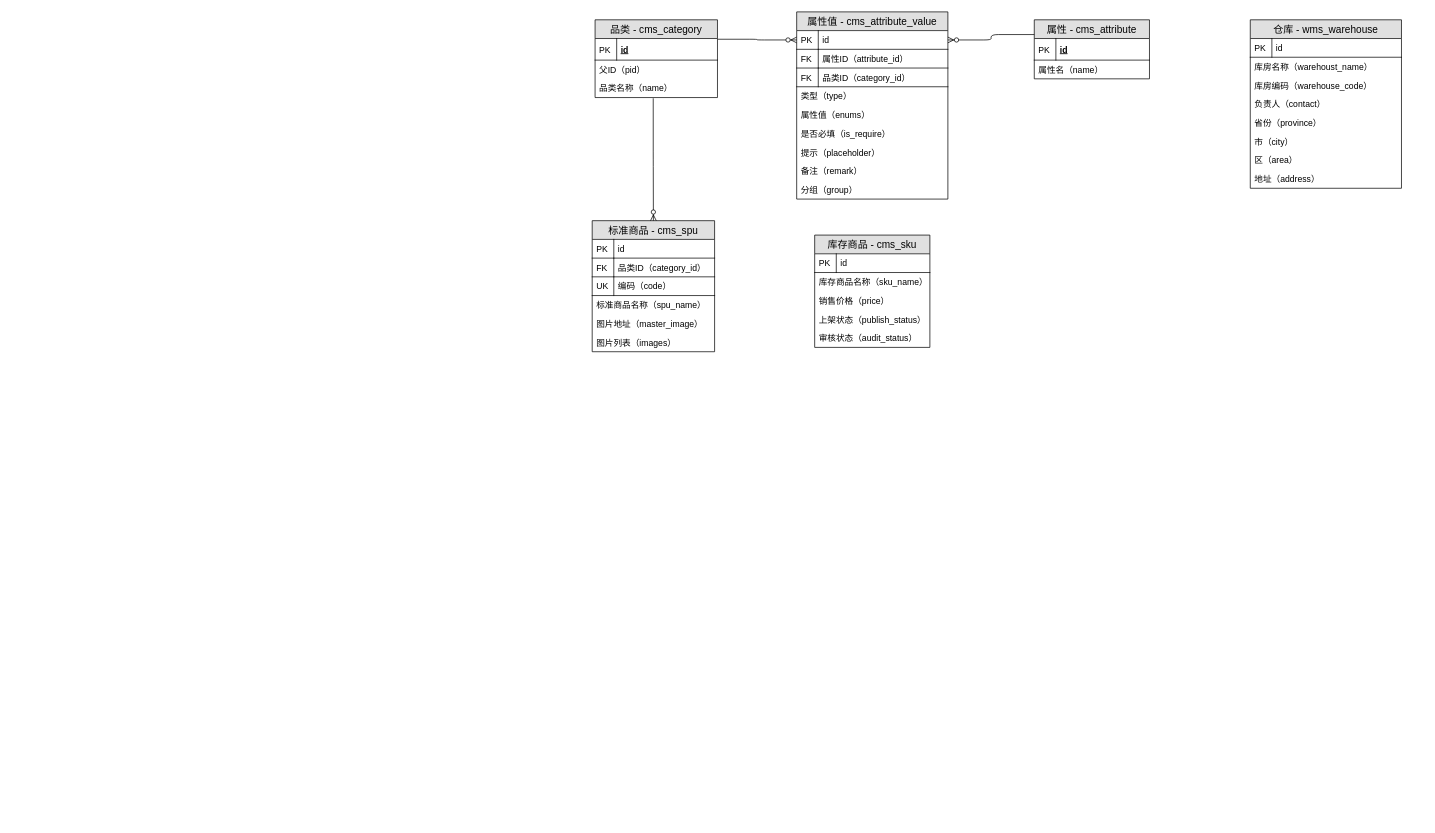
jason-live/flow keeps this draw.io diagram as page "第 1 页" (1 of 2) of 技术架构.drawio. Above is the earlier version. Source tidied: cells renumbered, new cells numbered last; positions are measured from the earlier drawing's top-left corner, leaving out a move shared by most shapes. Both pictures are drawn from the tidied source at 72%, with x=0, y=0 at pixel (592, 12).
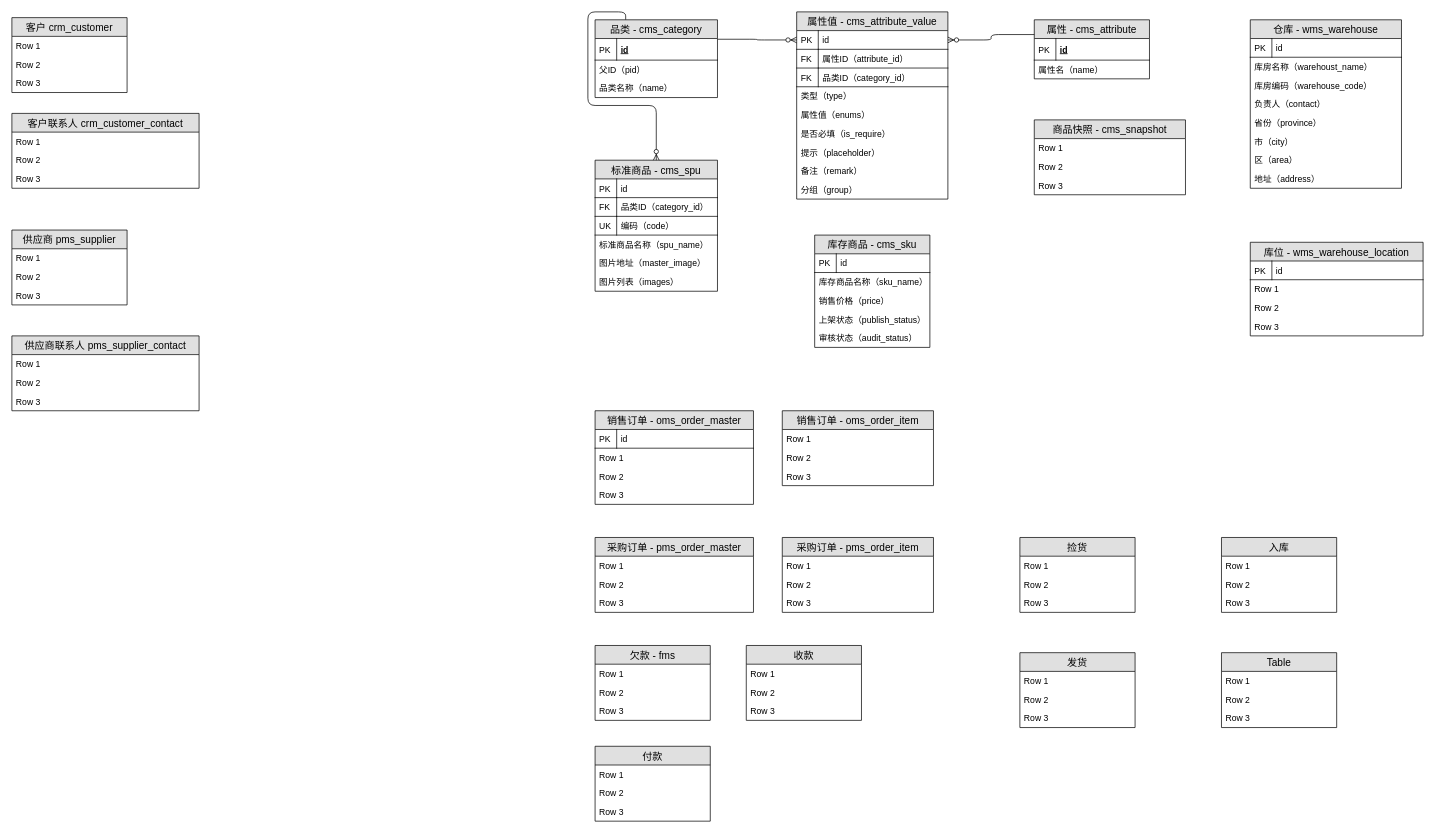
The same page after the edit.

Commit message:
更新技术架构.drawio

The change refers to these unchanged cells:
```xml
<mxCell id="32" value="品类 - cms_category" style="swimlane;fontStyle=0;horizontal=1;startSize=26;fillColor=#e0e0e0;swimlaneFillColor=#ffffff;align=center;fontSize=14;" parent="1" vertex="1">
  <mxGeometry x="4" y="11" width="170" height="108" as="geometry" />
</mxCell>
<mxCell id="36" value="品类名称（name）" style="text;strokeColor=none;fillColor=none;spacingLeft=4;spacingRight=4;overflow=hidden;points=[[0,0.5],[1,0.5]];portConstraint=eastwest;fontSize=12;" parent="32" vertex="1">
  <mxGeometry y="82" width="170" height="26" as="geometry" />
</mxCell>
```

Diff of the diagram source:
```diff
@@
     <mxCell id="21" value="标准商品 - cms_spu" style="swimlane;fontStyle=0;horizontal=1;startSize=26;fillColor=#e0e0e0;swimlaneFillColor=#ffffff;align=center;fontSize=14;" parent="1" vertex="1">
-      <mxGeometry y="290" width="170" height="182" as="geometry" />
+      <mxGeometry x="4" y="206" width="170" height="182" as="geometry" />
     </mxCell>
@@
-    <mxCell id="31" style="fontSize=12;html=1;endArrow=ERzeroToMany;endFill=1;entryX=0.5;entryY=0;entryDx=0;entryDy=0;exitX=0.475;exitY=1.038;exitDx=0;exitDy=0;exitPerimeter=0;edgeStyle=orthogonalEdgeStyle;" parent="1" edge="1" source="36" target="21">
-      <mxGeometry relative="1" as="geometry" />
+    <mxCell id="31" style="fontSize=12;html=1;endArrow=ERzeroToMany;endFill=1;entryX=0.5;entryY=0;entryDx=0;entryDy=0;exitX=0.25;exitY=0;exitDx=0;exitDy=0;edgeStyle=orthogonalEdgeStyle;" parent="1" edge="1" source="32" target="21">
+      <mxGeometry relative="1" as="geometry">
+        <Array as="points">
+          <mxPoint x="47" />
+          <mxPoint x="-6" />
+          <mxPoint x="-6" y="130" />
+          <mxPoint x="89" y="130" />
+        </Array>
+      </mxGeometry>
     </mxCell>
@@
+    <mxCell id="54" value="库位 - wms_warehouse_location" style="swimlane;fontStyle=0;horizontal=1;startSize=26;fillColor=#e0e0e0;swimlaneFillColor=#ffffff;align=center;fontSize=14;" parent="1" vertex="1">
+      <mxGeometry x="914" y="320" width="240" height="130" as="geometry" />
+    </mxCell>
+    <mxCell id="55" value="id" style="shape=partialRectangle;top=0;left=0;right=0;bottom=1;align=left;verticalAlign=top;fillColor=none;spacingLeft=34;spacingRight=4;overflow=hidden;fontSize=12;" parent="54" vertex="1">
+      <mxGeometry y="26" width="240" height="26" as="geometry" />
+    </mxCell>
+    <mxCell id="56" value="PK" style="shape=partialRectangle;top=0;left=0;bottom=0;fillColor=none;align=left;verticalAlign=top;spacingLeft=4;spacingRight=4;overflow=hidden;fontSize=12;" parent="55" vertex="1">
+      <mxGeometry width="30" height="26" as="geometry" />
+    </mxCell>
+    <mxCell id="57" value="Row 1" style="text;strokeColor=none;fillColor=none;spacingLeft=4;spacingRight=4;overflow=hidden;fontSize=12;" parent="54" vertex="1">
+      <mxGeometry y="52" width="240" height="26" as="geometry" />
+    </mxCell>
+    <mxCell id="58" value="Row 2" style="text;strokeColor=none;fillColor=none;spacingLeft=4;spacingRight=4;overflow=hidden;fontSize=12;" parent="54" vertex="1">
+      <mxGeometry y="78" width="240" height="26" as="geometry" />
+    </mxCell>
+    <mxCell id="59" value="Row 3" style="text;strokeColor=none;fillColor=none;spacingLeft=4;spacingRight=4;overflow=hidden;fontSize=12;" parent="54" vertex="1">
+      <mxGeometry y="104" width="240" height="26" as="geometry" />
+    </mxCell>
+    <mxCell id="60" value="销售订单 - oms_order_master" style="swimlane;fontStyle=0;horizontal=1;startSize=26;fillColor=#e0e0e0;swimlaneFillColor=#ffffff;align=center;fontSize=14;" parent="1" vertex="1">
+      <mxGeometry x="4" y="554" width="220" height="130" as="geometry" />
+    </mxCell>
+    <mxCell id="61" value="id" style="shape=partialRectangle;top=0;left=0;right=0;bottom=1;align=left;verticalAlign=top;fillColor=none;spacingLeft=34;spacingRight=4;overflow=hidden;fontSize=12;" parent="60" vertex="1">
+      <mxGeometry y="26" width="220" height="26" as="geometry" />
+    </mxCell>
+    <mxCell id="62" value="PK" style="shape=partialRectangle;top=0;left=0;bottom=0;fillColor=none;align=left;verticalAlign=top;spacingLeft=4;spacingRight=4;overflow=hidden;fontSize=12;" parent="61" vertex="1">
+      <mxGeometry width="30" height="26" as="geometry" />
+    </mxCell>
+    <mxCell id="63" value="Row 1" style="text;strokeColor=none;fillColor=none;spacingLeft=4;spacingRight=4;overflow=hidden;fontSize=12;" parent="60" vertex="1">
+      <mxGeometry y="52" width="220" height="26" as="geometry" />
+    </mxCell>
+    <mxCell id="64" value="Row 2" style="text;strokeColor=none;fillColor=none;spacingLeft=4;spacingRight=4;overflow=hidden;fontSize=12;" parent="60" vertex="1">
+      <mxGeometry y="78" width="220" height="26" as="geometry" />
+    </mxCell>
+    <mxCell id="65" value="Row 3" style="text;strokeColor=none;fillColor=none;spacingLeft=4;spacingRight=4;overflow=hidden;fontSize=12;" parent="60" vertex="1">
+      <mxGeometry y="104" width="220" height="26" as="geometry" />
+    </mxCell>
+    <mxCell id="66" value="销售订单 - oms_order_item" style="swimlane;fontStyle=0;horizontal=1;startSize=26;fillColor=#e0e0e0;swimlaneFillColor=#ffffff;align=center;fontSize=14;" parent="1" vertex="1">
+      <mxGeometry x="264" y="554" width="210" height="104" as="geometry" />
+    </mxCell>
+    <mxCell id="67" value="Row 1" style="text;strokeColor=none;fillColor=none;spacingLeft=4;spacingRight=4;overflow=hidden;fontSize=12;" parent="66" vertex="1">
+      <mxGeometry y="26" width="210" height="26" as="geometry" />
+    </mxCell>
+    <mxCell id="68" value="Row 2" style="text;strokeColor=none;fillColor=none;spacingLeft=4;spacingRight=4;overflow=hidden;fontSize=12;" parent="66" vertex="1">
+      <mxGeometry y="52" width="210" height="26" as="geometry" />
+    </mxCell>
+    <mxCell id="69" value="Row 3" style="text;strokeColor=none;fillColor=none;spacingLeft=4;spacingRight=4;overflow=hidden;fontSize=12;" parent="66" vertex="1">
+      <mxGeometry y="78" width="210" height="26" as="geometry" />
+    </mxCell>
+    <mxCell id="70" value="商品快照 - cms_snapshot" style="swimlane;fontStyle=0;horizontal=1;startSize=26;fillColor=#e0e0e0;swimlaneFillColor=#ffffff;align=center;fontSize=14;" parent="1" vertex="1">
+      <mxGeometry x="614" y="150" width="210" height="104" as="geometry" />
+    </mxCell>
+    <mxCell id="71" value="Row 1" style="text;strokeColor=none;fillColor=none;spacingLeft=4;spacingRight=4;overflow=hidden;fontSize=12;" parent="70" vertex="1">
+      <mxGeometry y="26" width="210" height="26" as="geometry" />
+    </mxCell>
+    <mxCell id="72" value="Row 2" style="text;strokeColor=none;fillColor=none;spacingLeft=4;spacingRight=4;overflow=hidden;fontSize=12;" parent="70" vertex="1">
+      <mxGeometry y="52" width="210" height="26" as="geometry" />
+    </mxCell>
+    <mxCell id="73" value="Row 3" style="text;strokeColor=none;fillColor=none;spacingLeft=4;spacingRight=4;overflow=hidden;fontSize=12;" parent="70" vertex="1">
+      <mxGeometry y="78" width="210" height="26" as="geometry" />
+    </mxCell>
+    <mxCell id="74" value="客户 crm_customer" style="swimlane;fontStyle=0;horizontal=1;startSize=26;fillColor=#e0e0e0;swimlaneFillColor=#ffffff;align=center;fontSize=14;" parent="1" vertex="1">
+      <mxGeometry x="-806" y="8" width="160" height="104" as="geometry" />
+    </mxCell>
+    <mxCell id="75" value="Row 1" style="text;strokeColor=none;fillColor=none;spacingLeft=4;spacingRight=4;overflow=hidden;fontSize=12;" parent="74" vertex="1">
+      <mxGeometry y="26" width="160" height="26" as="geometry" />
+    </mxCell>
+    <mxCell id="76" value="Row 2" style="text;strokeColor=none;fillColor=none;spacingLeft=4;spacingRight=4;overflow=hidden;fontSize=12;" parent="74" vertex="1">
+      <mxGeometry y="52" width="160" height="26" as="geometry" />
+    </mxCell>
+    <mxCell id="77" value="Row 3" style="text;strokeColor=none;fillColor=none;spacingLeft=4;spacingRight=4;overflow=hidden;fontSize=12;" parent="74" vertex="1">
+      <mxGeometry y="78" width="160" height="26" as="geometry" />
+    </mxCell>
+    <mxCell id="78" value="客户联系人 crm_customer_contact" style="swimlane;fontStyle=0;horizontal=1;startSize=26;fillColor=#e0e0e0;swimlaneFillColor=#ffffff;align=center;fontSize=14;" parent="1" vertex="1">
+      <mxGeometry x="-806" y="141" width="260" height="104" as="geometry" />
+    </mxCell>
+    <mxCell id="79" value="Row 1" style="text;strokeColor=none;fillColor=none;spacingLeft=4;spacingRight=4;overflow=hidden;fontSize=12;" parent="78" vertex="1">
+      <mxGeometry y="26" width="260" height="26" as="geometry" />
+    </mxCell>
+    <mxCell id="80" value="Row 2" style="text;strokeColor=none;fillColor=none;spacingLeft=4;spacingRight=4;overflow=hidden;fontSize=12;" parent="78" vertex="1">
+      <mxGeometry y="52" width="260" height="26" as="geometry" />
+    </mxCell>
+    <mxCell id="81" value="Row 3" style="text;strokeColor=none;fillColor=none;spacingLeft=4;spacingRight=4;overflow=hidden;fontSize=12;" parent="78" vertex="1">
+      <mxGeometry y="78" width="260" height="26" as="geometry" />
+    </mxCell>
+    <mxCell id="82" value="供应商 pms_supplier" style="swimlane;fontStyle=0;horizontal=1;startSize=26;fillColor=#e0e0e0;swimlaneFillColor=#ffffff;align=center;fontSize=14;" parent="1" vertex="1">
+      <mxGeometry x="-806" y="303" width="160" height="104" as="geometry" />
+    </mxCell>
+    <mxCell id="83" value="Row 1" style="text;strokeColor=none;fillColor=none;spacingLeft=4;spacingRight=4;overflow=hidden;fontSize=12;" parent="82" vertex="1">
+      <mxGeometry y="26" width="160" height="26" as="geometry" />
+    </mxCell>
+    <mxCell id="84" value="Row 2" style="text;strokeColor=none;fillColor=none;spacingLeft=4;spacingRight=4;overflow=hidden;fontSize=12;" parent="82" vertex="1">
+      <mxGeometry y="52" width="160" height="26" as="geometry" />
+    </mxCell>
+    <mxCell id="85" value="Row 3" style="text;strokeColor=none;fillColor=none;spacingLeft=4;spacingRight=4;overflow=hidden;fontSize=12;" parent="82" vertex="1">
+      <mxGeometry y="78" width="160" height="26" as="geometry" />
+    </mxCell>
+    <mxCell id="86" value="供应商联系人 pms_supplier_contact" style="swimlane;fontStyle=0;horizontal=1;startSize=26;fillColor=#e0e0e0;swimlaneFillColor=#ffffff;align=center;fontSize=14;" parent="1" vertex="1">
+      <mxGeometry x="-806" y="450" width="260" height="104" as="geometry" />
+    </mxCell>
+    <mxCell id="87" value="Row 1" style="text;strokeColor=none;fillColor=none;spacingLeft=4;spacingRight=4;overflow=hidden;fontSize=12;" parent="86" vertex="1">
+      <mxGeometry y="26" width="260" height="26" as="geometry" />
+    </mxCell>
+    <mxCell id="88" value="Row 2" style="text;strokeColor=none;fillColor=none;spacingLeft=4;spacingRight=4;overflow=hidden;fontSize=12;" parent="86" vertex="1">
+      <mxGeometry y="52" width="260" height="26" as="geometry" />
+    </mxCell>
+    <mxCell id="89" value="Row 3" style="text;strokeColor=none;fillColor=none;spacingLeft=4;spacingRight=4;overflow=hidden;fontSize=12;" parent="86" vertex="1">
+      <mxGeometry y="78" width="260" height="26" as="geometry" />
+    </mxCell>
+    <mxCell id="90" value="采购订单 - pms_order_master" style="swimlane;fontStyle=0;horizontal=1;startSize=26;fillColor=#e0e0e0;swimlaneFillColor=#ffffff;align=center;fontSize=14;" parent="1" vertex="1">
+      <mxGeometry x="4" y="730" width="220" height="104" as="geometry" />
+    </mxCell>
+    <mxCell id="91" value="Row 1" style="text;strokeColor=none;fillColor=none;spacingLeft=4;spacingRight=4;overflow=hidden;fontSize=12;" parent="90" vertex="1">
+      <mxGeometry y="26" width="220" height="26" as="geometry" />
+    </mxCell>
+    <mxCell id="92" value="Row 2" style="text;strokeColor=none;fillColor=none;spacingLeft=4;spacingRight=4;overflow=hidden;fontSize=12;" parent="90" vertex="1">
+      <mxGeometry y="52" width="220" height="26" as="geometry" />
+    </mxCell>
+    <mxCell id="93" value="Row 3" style="text;strokeColor=none;fillColor=none;spacingLeft=4;spacingRight=4;overflow=hidden;fontSize=12;" parent="90" vertex="1">
+      <mxGeometry y="78" width="220" height="26" as="geometry" />
+    </mxCell>
+    <mxCell id="94" value="采购订单 - pms_order_item" style="swimlane;fontStyle=0;horizontal=1;startSize=26;fillColor=#e0e0e0;swimlaneFillColor=#ffffff;align=center;fontSize=14;" parent="1" vertex="1">
+      <mxGeometry x="264" y="730" width="210" height="104" as="geometry" />
+    </mxCell>
+    <mxCell id="95" value="Row 1" style="text;strokeColor=none;fillColor=none;spacingLeft=4;spacingRight=4;overflow=hidden;fontSize=12;" parent="94" vertex="1">
+      <mxGeometry y="26" width="210" height="26" as="geometry" />
+    </mxCell>
+    <mxCell id="96" value="Row 2" style="text;strokeColor=none;fillColor=none;spacingLeft=4;spacingRight=4;overflow=hidden;fontSize=12;" parent="94" vertex="1">
+      <mxGeometry y="52" width="210" height="26" as="geometry" />
+    </mxCell>
+    <mxCell id="97" value="Row 3" style="text;strokeColor=none;fillColor=none;spacingLeft=4;spacingRight=4;overflow=hidden;fontSize=12;" parent="94" vertex="1">
+      <mxGeometry y="78" width="210" height="26" as="geometry" />
+    </mxCell>
+    <mxCell id="98" value="欠款 - fms" style="swimlane;fontStyle=0;horizontal=1;startSize=26;fillColor=#e0e0e0;swimlaneFillColor=#ffffff;align=center;fontSize=14;" parent="1" vertex="1">
+      <mxGeometry x="4" y="880" width="160" height="104" as="geometry" />
+    </mxCell>
+    <mxCell id="99" value="Row 1" style="text;strokeColor=none;fillColor=none;spacingLeft=4;spacingRight=4;overflow=hidden;fontSize=12;" parent="98" vertex="1">
+      <mxGeometry y="26" width="160" height="26" as="geometry" />
+    </mxCell>
+    <mxCell id="100" value="Row 2" style="text;strokeColor=none;fillColor=none;spacingLeft=4;spacingRight=4;overflow=hidden;fontSize=12;" parent="98" vertex="1">
+      <mxGeometry y="52" width="160" height="26" as="geometry" />
+    </mxCell>
+    <mxCell id="101" value="Row 3" style="text;strokeColor=none;fillColor=none;spacingLeft=4;spacingRight=4;overflow=hidden;fontSize=12;" parent="98" vertex="1">
+      <mxGeometry y="78" width="160" height="26" as="geometry" />
+    </mxCell>
+    <mxCell id="102" value="收款" style="swimlane;fontStyle=0;horizontal=1;startSize=26;fillColor=#e0e0e0;swimlaneFillColor=#ffffff;align=center;fontSize=14;" parent="1" vertex="1">
+      <mxGeometry x="214" y="880" width="160" height="104" as="geometry" />
+    </mxCell>
+    <mxCell id="103" value="Row 1" style="text;strokeColor=none;fillColor=none;spacingLeft=4;spacingRight=4;overflow=hidden;fontSize=12;" parent="102" vertex="1">
+      <mxGeometry y="26" width="160" height="26" as="geometry" />
+    </mxCell>
+    <mxCell id="104" value="Row 2" style="text;strokeColor=none;fillColor=none;spacingLeft=4;spacingRight=4;overflow=hidden;fontSize=12;" parent="102" vertex="1">
+      <mxGeometry y="52" width="160" height="26" as="geometry" />
+    </mxCell>
+    <mxCell id="105" value="Row 3" style="text;strokeColor=none;fillColor=none;spacingLeft=4;spacingRight=4;overflow=hidden;fontSize=12;" parent="102" vertex="1">
+      <mxGeometry y="78" width="160" height="26" as="geometry" />
+    </mxCell>
+    <mxCell id="106" value="付款" style="swimlane;fontStyle=0;horizontal=1;startSize=26;fillColor=#e0e0e0;swimlaneFillColor=#ffffff;align=center;fontSize=14;" parent="1" vertex="1">
+      <mxGeometry x="4" y="1020" width="160" height="104" as="geometry" />
+    </mxCell>
+    <mxCell id="107" value="Row 1" style="text;strokeColor=none;fillColor=none;spacingLeft=4;spacingRight=4;overflow=hidden;fontSize=12;" parent="106" vertex="1">
+      <mxGeometry y="26" width="160" height="26" as="geometry" />
+    </mxCell>
+    <mxCell id="108" value="Row 2" style="text;strokeColor=none;fillColor=none;spacingLeft=4;spacingRight=4;overflow=hidden;fontSize=12;" parent="106" vertex="1">
+      <mxGeometry y="52" width="160" height="26" as="geometry" />
+    </mxCell>
+    <mxCell id="109" value="Row 3" style="text;strokeColor=none;fillColor=none;spacingLeft=4;spacingRight=4;overflow=hidden;fontSize=12;" parent="106" vertex="1">
+      <mxGeometry y="78" width="160" height="26" as="geometry" />
+    </mxCell>
+    <mxCell id="110" value="捡货" style="swimlane;fontStyle=0;horizontal=1;startSize=26;fillColor=#e0e0e0;swimlaneFillColor=#ffffff;align=center;fontSize=14;" parent="1" vertex="1">
+      <mxGeometry x="594" y="730" width="160" height="104" as="geometry" />
+    </mxCell>
+    <mxCell id="111" value="Row 1" style="text;strokeColor=none;fillColor=none;spacingLeft=4;spacingRight=4;overflow=hidden;fontSize=12;" parent="110" vertex="1">
+      <mxGeometry y="26" width="160" height="26" as="geometry" />
+    </mxCell>
+    <mxCell id="112" value="Row 2" style="text;strokeColor=none;fillColor=none;spacingLeft=4;spacingRight=4;overflow=hidden;fontSize=12;" parent="110" vertex="1">
+      <mxGeometry y="52" width="160" height="26" as="geometry" />
+    </mxCell>
+    <mxCell id="113" value="Row 3" style="text;strokeColor=none;fillColor=none;spacingLeft=4;spacingRight=4;overflow=hidden;fontSize=12;" parent="110" vertex="1">
+      <mxGeometry y="78" width="160" height="26" as="geometry" />
+    </mxCell>
+    <mxCell id="114" value="发货" style="swimlane;fontStyle=0;horizontal=1;startSize=26;fillColor=#e0e0e0;swimlaneFillColor=#ffffff;align=center;fontSize=14;" parent="1" vertex="1">
+      <mxGeometry x="594" y="890" width="160" height="104" as="geometry" />
+    </mxCell>
+    <mxCell id="115" value="Row 1" style="text;strokeColor=none;fillColor=none;spacingLeft=4;spacingRight=4;overflow=hidden;fontSize=12;" parent="114" vertex="1">
+      <mxGeometry y="26" width="160" height="26" as="geometry" />
+    </mxCell>
+    <mxCell id="116" value="Row 2" style="text;strokeColor=none;fillColor=none;spacingLeft=4;spacingRight=4;overflow=hidden;fontSize=12;" parent="114" vertex="1">
+      <mxGeometry y="52" width="160" height="26" as="geometry" />
+    </mxCell>
+    <mxCell id="117" value="Row 3" style="text;strokeColor=none;fillColor=none;spacingLeft=4;spacingRight=4;overflow=hidden;fontSize=12;" parent="114" vertex="1">
+      <mxGeometry y="78" width="160" height="26" as="geometry" />
+    </mxCell>
+    <mxCell id="118" value="入库" style="swimlane;fontStyle=0;horizontal=1;startSize=26;fillColor=#e0e0e0;swimlaneFillColor=#ffffff;align=center;fontSize=14;" parent="1" vertex="1">
+      <mxGeometry x="874" y="730" width="160" height="104" as="geometry" />
+    </mxCell>
+    <mxCell id="119" value="Row 1" style="text;strokeColor=none;fillColor=none;spacingLeft=4;spacingRight=4;overflow=hidden;fontSize=12;" parent="118" vertex="1">
+      <mxGeometry y="26" width="160" height="26" as="geometry" />
+    </mxCell>
+    <mxCell id="120" value="Row 2" style="text;strokeColor=none;fillColor=none;spacingLeft=4;spacingRight=4;overflow=hidden;fontSize=12;" parent="118" vertex="1">
+      <mxGeometry y="52" width="160" height="26" as="geometry" />
+    </mxCell>
+    <mxCell id="121" value="Row 3" style="text;strokeColor=none;fillColor=none;spacingLeft=4;spacingRight=4;overflow=hidden;fontSize=12;" parent="118" vertex="1">
+      <mxGeometry y="78" width="160" height="26" as="geometry" />
+    </mxCell>
+    <mxCell id="122" value="Table" style="swimlane;fontStyle=0;horizontal=1;startSize=26;fillColor=#e0e0e0;swimlaneFillColor=#ffffff;align=center;fontSize=14;" parent="1" vertex="1">
+      <mxGeometry x="874" y="890" width="160" height="104" as="geometry" />
+    </mxCell>
+    <mxCell id="123" value="Row 1" style="text;strokeColor=none;fillColor=none;spacingLeft=4;spacingRight=4;overflow=hidden;fontSize=12;" parent="122" vertex="1">
+      <mxGeometry y="26" width="160" height="26" as="geometry" />
+    </mxCell>
+    <mxCell id="124" value="Row 2" style="text;strokeColor=none;fillColor=none;spacingLeft=4;spacingRight=4;overflow=hidden;fontSize=12;" parent="122" vertex="1">
+      <mxGeometry y="52" width="160" height="26" as="geometry" />
+    </mxCell>
+    <mxCell id="125" value="Row 3" style="text;strokeColor=none;fillColor=none;spacingLeft=4;spacingRight=4;overflow=hidden;fontSize=12;" parent="122" vertex="1">
+      <mxGeometry y="78" width="160" height="26" as="geometry" />
+    </mxCell>
```
